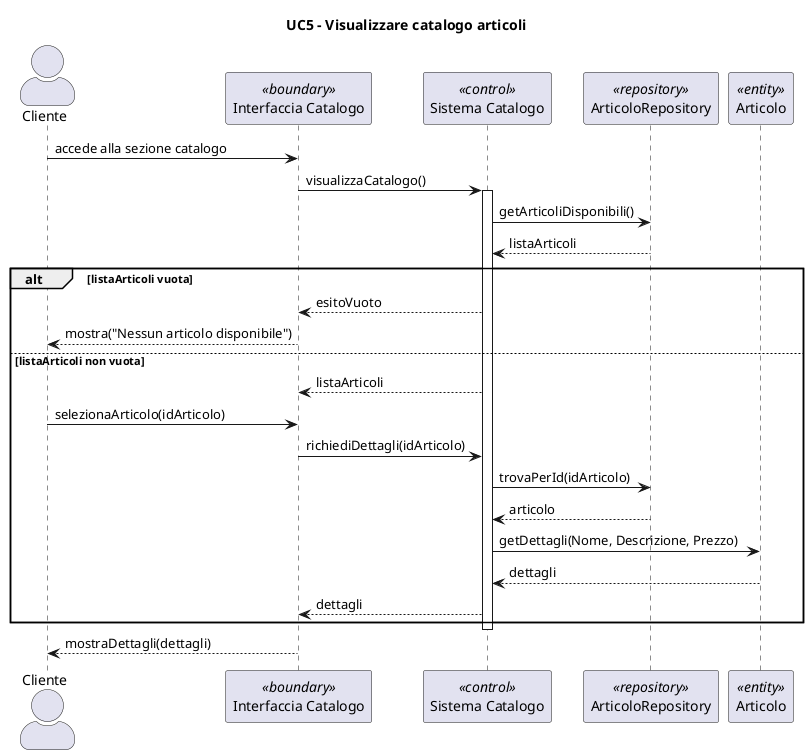
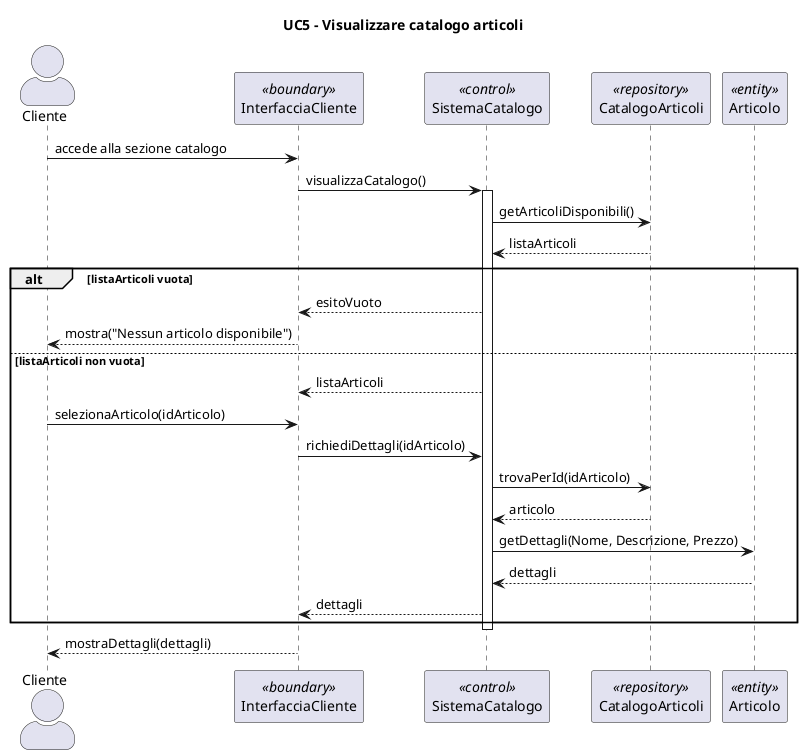
@startuml
skinparam actorStyle awesome
title UC5 - Visualizzare catalogo articoli

actor Cliente
- participant "Interfaccia Catalogo" <<boundary>>
- participant "Sistema Catalogo" <<control>>
- participant "ArticoloRepository" <<repository>>
+ participant "InterfacciaCliente" <<boundary>>
+ participant "SistemaCatalogo" <<control>>
+ participant "CatalogoArticoli" <<repository>>
participant "Articolo" <<entity>>

- Cliente -> "Interfaccia Catalogo" : accede alla sezione catalogo
- "Interfaccia Catalogo" -> "Sistema Catalogo" : visualizzaCatalogo()
+ Cliente -> "InterfacciaCliente" : accede alla sezione catalogo
+ "InterfacciaCliente" -> "SistemaCatalogo" : visualizzaCatalogo()

- activate "Sistema Catalogo"
+ activate "SistemaCatalogo"


- "Sistema Catalogo" -> "ArticoloRepository" : getArticoliDisponibili()
- "ArticoloRepository" --> "Sistema Catalogo" : listaArticoli
+ "SistemaCatalogo" -> "CatalogoArticoli" : getArticoliDisponibili()
+ "CatalogoArticoli" --> "SistemaCatalogo" : listaArticoli

alt listaArticoli vuota
-     "Sistema Catalogo" --> "Interfaccia Catalogo" : esitoVuoto
-     "Interfaccia Catalogo"--> Cliente : mostra("Nessun articolo disponibile")
+     "SistemaCatalogo" --> "InterfacciaCliente" : esitoVuoto
+     "InterfacciaCliente"--> Cliente : mostra("Nessun articolo disponibile")
else listaArticoli non vuota
-     "Sistema Catalogo" --> "Interfaccia Catalogo" : listaArticoli
+     "SistemaCatalogo" --> "InterfacciaCliente" : listaArticoli


-     Cliente -> "Interfaccia Catalogo" : selezionaArticolo(idArticolo)
-     "Interfaccia Catalogo" -> "Sistema Catalogo" : richiediDettagli(idArticolo)
+     Cliente -> "InterfacciaCliente" : selezionaArticolo(idArticolo)
+     "InterfacciaCliente" -> "SistemaCatalogo" : richiediDettagli(idArticolo)

-     "Sistema Catalogo" -> "ArticoloRepository" : trovaPerId(idArticolo)
-     "ArticoloRepository" --> "Sistema Catalogo" : articolo
+     "SistemaCatalogo" -> "CatalogoArticoli" : trovaPerId(idArticolo)
+     "CatalogoArticoli" --> "SistemaCatalogo" : articolo

-     "Sistema Catalogo" -> "Articolo" : getDettagli(Nome, Descrizione, Prezzo)
-     "Articolo" --> "Sistema Catalogo" : dettagli
+     "SistemaCatalogo" -> "Articolo" : getDettagli(Nome, Descrizione, Prezzo)
+     "Articolo" --> "SistemaCatalogo" : dettagli

-     "Sistema Catalogo" --> "Interfaccia Catalogo" : dettagli
+     "SistemaCatalogo" --> "InterfacciaCliente" : dettagli
end

- deactivate "Sistema Catalogo"
+ deactivate "SistemaCatalogo"

- "Interfaccia Catalogo" --> Cliente : mostraDettagli(dettagli)
+ "InterfacciaCliente" --> Cliente : mostraDettagli(dettagli)

@enduml